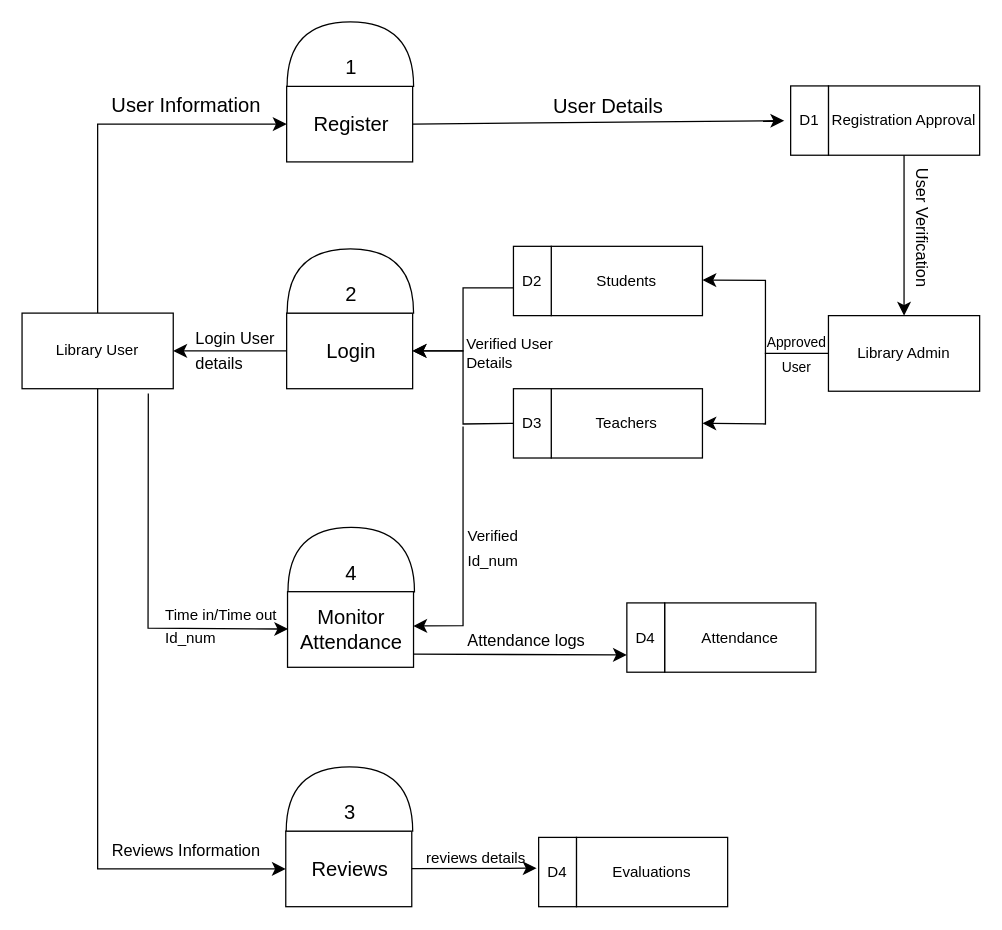
The draw.io diagram Untitled Diagram.drawio in carmelooo1/capstone_docs, before the edit. Source tidied: cells renumbered, new cells numbered last; positions are measured from the earlier drawing's top-left corner, leaving out a move shared by most shapes. Both pictures are drawn from the tidied source at 126%, with x=0, y=0 at pixel (21, -10).
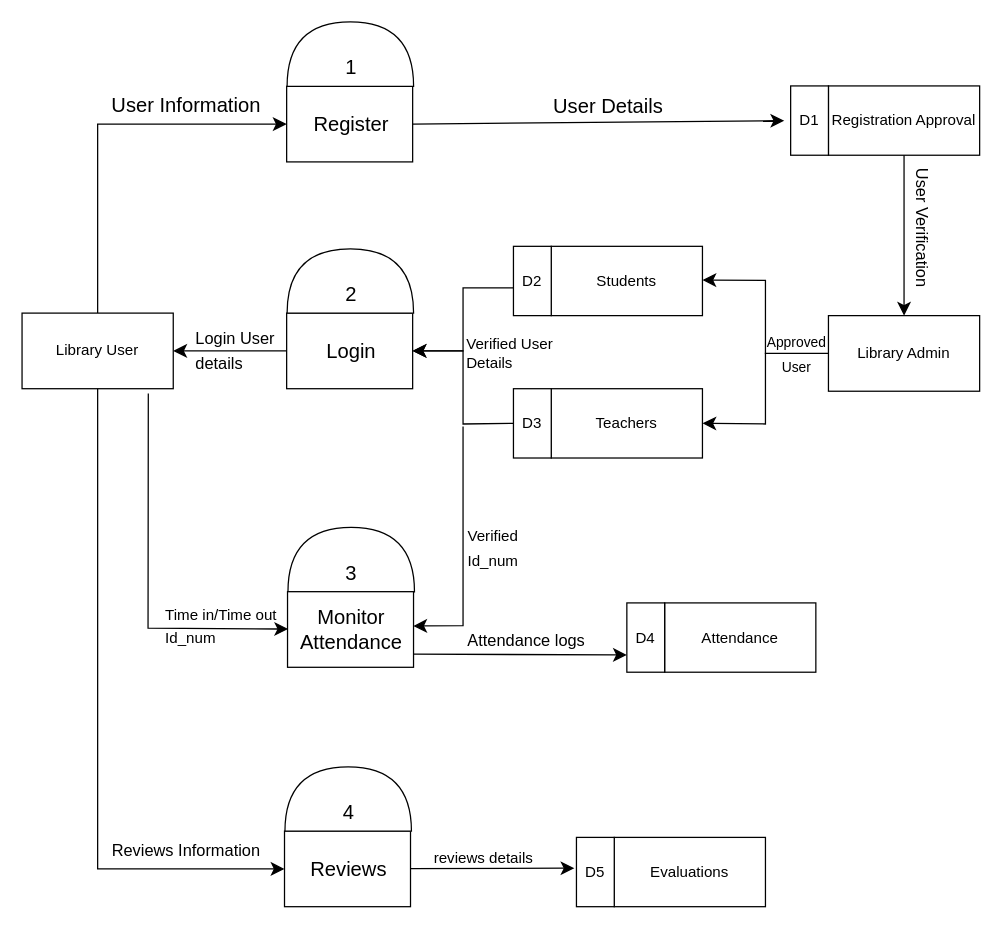
The same page after the edit.

The change refers to these unchanged cells:
```xml
<mxCell id="51" style="group;" parent="49" vertex="1">
  <mxGeometry y="21.1" width="100.5" height="90" as="geometry" />
</mxCell>
```

The edit, as a diff of the source:
```diff
@@
     <mxCell id="37" style="group;" parent="1" vertex="1">
-      <mxGeometry x="209.3" y="616" width="100.7" height="111.1" as="geometry" />
+      <mxGeometry x="208.3" y="616" width="100.7" height="111.1" as="geometry" />
     </mxCell>
@@
-    <mxCell id="41" value="3" style="text;html=1;align=center;verticalAlign=middle;strokeColor=none;fillColor=none;fontSize=16;" parent="37" vertex="1">
+    <mxCell id="41" value="4" style="text;html=1;align=center;verticalAlign=middle;strokeColor=none;fillColor=none;fontSize=16;" parent="37" vertex="1">
       <mxGeometry x="35.5" y="21.1" width="30" height="30" as="geometry" />
     </mxCell>
@@
     <mxCell id="45" style="group;" parent="1" vertex="1">
-      <mxGeometry x="410" y="672.1" width="150" height="55" as="geometry" />
+      <mxGeometry x="440" y="672.1" width="150" height="55" as="geometry" />
     </mxCell>
@@
-    <mxCell id="47" value="D4" style="rounded=0;whiteSpace=wrap;html=1;" parent="45" vertex="1">
+    <mxCell id="47" value="D5" style="rounded=0;whiteSpace=wrap;html=1;" parent="45" vertex="1">
       <mxGeometry width="30" height="55" as="geometry" />
     </mxCell>
     <mxCell id="48" value="&lt;font style=&quot;font-size: 12px;&quot;&gt;reviews&amp;nbsp;&lt;/font&gt;&lt;span style=&quot;font-size: 12px; background-color: initial;&quot;&gt;details&lt;/span&gt;" style="text;html=1;align=center;verticalAlign=middle;strokeColor=none;fillColor=none;fontSize=16;" parent="1" vertex="1">
-      <mxGeometry x="310" y="672.1" width="100" height="30" as="geometry" />
+      <mxGeometry x="316" y="672.1" width="100" height="30" as="geometry" />
     </mxCell>
@@
-    <mxCell id="54" value="4" style="text;html=1;align=center;verticalAlign=middle;strokeColor=none;fillColor=none;fontSize=16;" parent="51" vertex="1">
+    <mxCell id="54" value="3" style="text;html=1;align=center;verticalAlign=middle;strokeColor=none;fillColor=none;fontSize=16;" parent="51" vertex="1">
       <mxGeometry x="35.5" width="30" height="30" as="geometry" />
     </mxCell>
```
